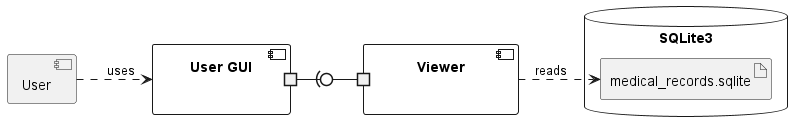
This is _models/ComponentDiagram/Consultation_component.png from CyberFery/med, a PlantUML export, as it was before one commit.
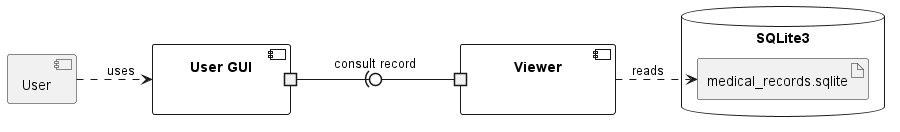
After the change.

Commit message:
Update adds component diagram section of the report (full)

Change to the diagram source:
```diff
@@ -20,7 +20,7 @@
 }
 
 u ..> uui :uses
-vp1 -u0)- up1
+vp1 -u0)- up1: consult record
 view ..> mr :  reads
 
 
```
